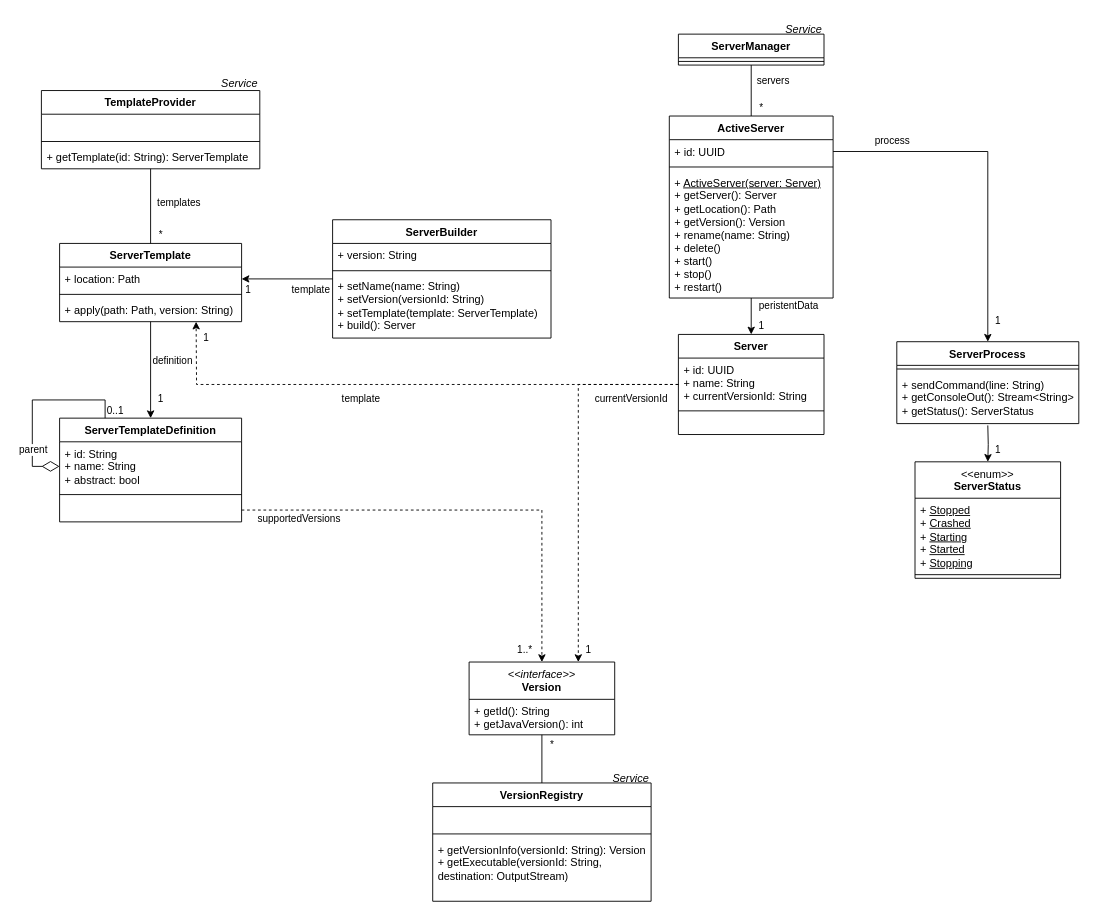
Earlier version of the draw.io diagram Klassendiagramm.drawio (Fisch37/mc-server-manager). Source tidied: cells renumbered, new cells numbered last; positions are measured from the earlier drawing's top-left corner, leaving out a move shared by most shapes. Both pictures are drawn from the tidied source at 91%, with x=0, y=0 at pixel (32, 15).
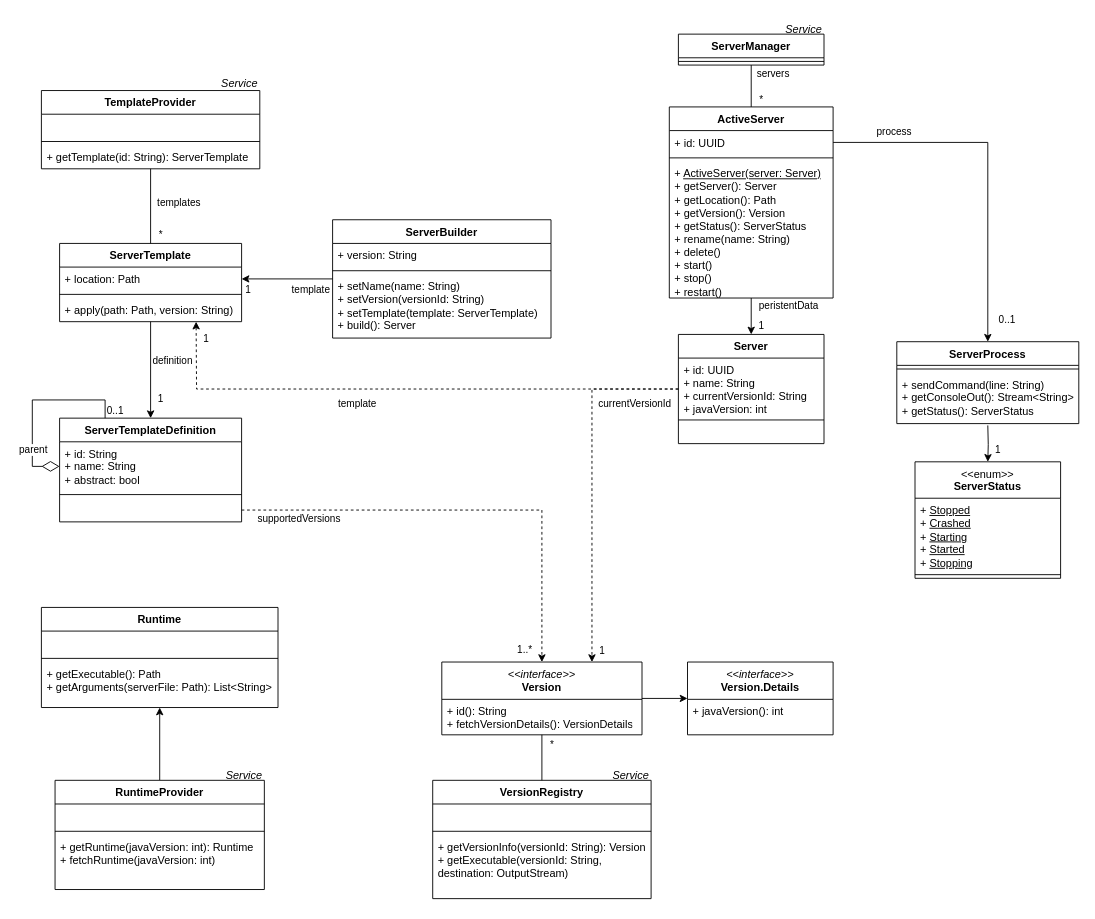
The same diagram, later.

The change refers to these unchanged cells:
```xml
<mxCell id="47" style="edgeStyle=orthogonalEdgeStyle;rounded=0;jettySize=auto;html=1;" parent="1" edge="1" source="44" target="17">
  <mxGeometry relative="1" as="geometry" />
</mxCell>
```

Diff of the diagram source:
```diff
@@
     <mxCell id="13" value="Server" style="swimlane;fontStyle=1;align=center;verticalAlign=top;horizontal=1;startSize=26;whiteSpace=wrap;html=1;" parent="1" vertex="1">
-      <mxGeometry x="710" y="350" width="160" height="110" as="geometry" />
+      <mxGeometry x="710" y="350" width="160" height="120" as="geometry" />
     </mxCell>
-    <mxCell id="14" value="+ id: UUID&lt;div&gt;+ name: String&lt;/div&gt;&lt;div&gt;+ currentVersionId: String&lt;/div&gt;" style="text;strokeColor=none;fillColor=none;align=left;verticalAlign=top;spacingLeft=4;spacingRight=4;overflow=hidden;whiteSpace=wrap;html=1;" parent="13" vertex="1">
-      <mxGeometry y="26" width="160" height="54" as="geometry" />
+    <mxCell id="14" value="+ id: UUID&lt;div&gt;+ name: String&lt;/div&gt;&lt;div&gt;+ currentVersionId: String&lt;/div&gt;&lt;div&gt;+ javaVersion: int&lt;/div&gt;" style="text;strokeColor=none;fillColor=none;align=left;verticalAlign=top;spacingLeft=4;spacingRight=4;overflow=hidden;whiteSpace=wrap;html=1;" parent="13" vertex="1">
+      <mxGeometry y="26" width="160" height="64" as="geometry" />
     </mxCell>
     <mxCell id="15" style="line;strokeWidth=1;fillColor=none;align=left;verticalAlign=middle;spacingTop=-1;spacingLeft=3;spacingRight=3;labelPosition=right;strokeColor=inherit;" parent="13" vertex="1">
-      <mxGeometry y="80" width="160" height="8" as="geometry" />
+      <mxGeometry y="90" width="160" height="8" as="geometry" />
     </mxCell>
     <mxCell id="16" value="&amp;nbsp;" style="text;strokeColor=none;fillColor=none;align=left;verticalAlign=top;spacingLeft=4;spacingRight=4;overflow=hidden;whiteSpace=wrap;html=1;" parent="13" vertex="1">
-      <mxGeometry y="88" width="160" height="22" as="geometry" />
+      <mxGeometry y="98" width="160" height="22" as="geometry" />
     </mxCell>
@@
     <mxCell id="43" value="ActiveServer" style="swimlane;fontStyle=1;align=center;verticalAlign=top;horizontal=1;startSize=26;whiteSpace=wrap;html=1;" parent="1" vertex="1">
-      <mxGeometry x="700" y="110" width="180" height="200" as="geometry" />
+      <mxGeometry x="700" y="100" width="180" height="210" as="geometry" />
     </mxCell>
@@
-    <mxCell id="46" value="+ &lt;u&gt;ActiveServer(server: Server)&lt;/u&gt;&lt;div&gt;+ getServer(): Server&lt;/div&gt;&lt;div&gt;+ getLocation(): Path&lt;/div&gt;&lt;div&gt;+ getVersion(): Version&lt;br&gt;&lt;div&gt;+ rename(name: String)&lt;/div&gt;&lt;div&gt;+ delete()&lt;br&gt;&lt;div&gt;+ start()&lt;/div&gt;&lt;div&gt;+ stop()&lt;/div&gt;&lt;div&gt;+ restart()&lt;/div&gt;&lt;/div&gt;&lt;/div&gt;" style="text;strokeColor=none;fillColor=none;align=left;verticalAlign=top;spacingLeft=4;spacingRight=4;overflow=hidden;whiteSpace=wrap;html=1;" parent="43" vertex="1">
-      <mxGeometry y="60" width="180" height="140" as="geometry" />
+    <mxCell id="46" value="+ &lt;u&gt;ActiveServer(server: Server)&lt;/u&gt;&lt;div&gt;+ getServer(): Server&lt;/div&gt;&lt;div&gt;+ getLocation(): Path&lt;/div&gt;&lt;div&gt;+ getVersion(): Version&lt;/div&gt;&lt;div&gt;+ getStatus(): ServerStatus&lt;br&gt;&lt;div&gt;+ rename(name: String)&lt;/div&gt;&lt;div&gt;+ delete()&lt;br&gt;&lt;div&gt;+ start()&lt;/div&gt;&lt;div&gt;+ stop()&lt;/div&gt;&lt;div&gt;+ restart()&lt;/div&gt;&lt;/div&gt;&lt;/div&gt;" style="text;strokeColor=none;fillColor=none;align=left;verticalAlign=top;spacingLeft=4;spacingRight=4;overflow=hidden;whiteSpace=wrap;html=1;" parent="43" vertex="1">
+      <mxGeometry y="60" width="180" height="150" as="geometry" />
     </mxCell>
@@
-    <mxCell id="49" value="1" style="edgeLabel;html=1;align=center;verticalAlign=middle;" parent="47" vertex="1">
+    <mxCell id="49" value="0..1" style="edgeLabel;html=1;align=center;verticalAlign=middle;" parent="47" vertex="1">
       <mxGeometry x="0.83" y="1" relative="1" as="geometry">
-        <mxPoint x="9" y="8" as="offset" />
+        <mxPoint x="19" y="8" as="offset" />
       </mxGeometry>
     </mxCell>
@@
     <mxCell id="54" style="group;" parent="1" vertex="1">
-      <mxGeometry x="440" y="822.9" width="240" height="150" as="geometry" />
+      <mxGeometry x="440" y="820" width="240" height="150" as="geometry" />
     </mxCell>
@@
+    <mxCell id="80" style="edgeStyle=orthogonalEdgeStyle;rounded=0;jettySize=auto;html=1;" parent="1" edge="1" source="69" target="92">
+      <mxGeometry relative="1" as="geometry" />
+    </mxCell>
     <mxCell id="69" value="&lt;span style=&quot;font-weight: normal;&quot;&gt;&lt;i&gt;&amp;lt;&amp;lt;interface&amp;gt;&amp;gt;&lt;/i&gt;&lt;/span&gt;&lt;div&gt;Version&lt;/div&gt;" style="swimlane;fontStyle=1;align=center;verticalAlign=top;horizontal=1;startSize=41;whiteSpace=wrap;html=1;" parent="1" vertex="1">
-      <mxGeometry x="480" y="710" width="160" height="80" as="geometry" />
+      <mxGeometry x="450" y="710" width="220" height="80" as="geometry" />
     </mxCell>
-    <mxCell id="70" value="+ getId(): String&lt;div&gt;+ getJavaVersion(): int&lt;/div&gt;" style="text;strokeColor=none;fillColor=none;align=left;verticalAlign=top;spacingLeft=4;spacingRight=4;overflow=hidden;whiteSpace=wrap;html=1;" parent="69" vertex="1">
-      <mxGeometry y="41" width="160" height="39" as="geometry" />
+    <mxCell id="70" value="+ id(): String&lt;div&gt;+ fetchVersionDetails(): VersionDetails&lt;/div&gt;" style="text;strokeColor=none;fillColor=none;align=left;verticalAlign=top;spacingLeft=4;spacingRight=4;overflow=hidden;whiteSpace=wrap;html=1;" parent="69" vertex="1">
+      <mxGeometry y="41" width="220" height="39" as="geometry" />
     </mxCell>
@@
+    <mxCell id="81" value="Runtime" style="swimlane;fontStyle=1;align=center;verticalAlign=top;horizontal=1;startSize=26;whiteSpace=wrap;html=1;" parent="1" vertex="1">
+      <mxGeometry x="10" y="650" width="260" height="110" as="geometry" />
+    </mxCell>
+    <mxCell id="82" value="&amp;nbsp;" style="text;strokeColor=none;fillColor=none;align=left;verticalAlign=top;spacingLeft=4;spacingRight=4;overflow=hidden;whiteSpace=wrap;html=1;" parent="81" vertex="1">
+      <mxGeometry y="26" width="260" height="26" as="geometry" />
+    </mxCell>
+    <mxCell id="83" style="line;strokeWidth=1;fillColor=none;align=left;verticalAlign=middle;spacingTop=-1;spacingLeft=3;spacingRight=3;labelPosition=right;strokeColor=inherit;" parent="81" vertex="1">
+      <mxGeometry y="52" width="260" height="8" as="geometry" />
+    </mxCell>
+    <mxCell id="84" value="+ getExecutable(): Path&lt;div&gt;+ getArguments(serverFile: Path): List&amp;lt;String&amp;gt;&lt;/div&gt;" style="text;strokeColor=none;fillColor=none;align=left;verticalAlign=top;spacingLeft=4;spacingRight=4;overflow=hidden;whiteSpace=wrap;html=1;" parent="81" vertex="1">
+      <mxGeometry y="60" width="260" height="50" as="geometry" />
+    </mxCell>
+    <mxCell id="85" style="edgeStyle=orthogonalEdgeStyle;rounded=0;jettySize=auto;html=1;" parent="1" edge="1" source="87" target="81">
+      <mxGeometry relative="1" as="geometry" />
+    </mxCell>
+    <mxCell id="86" style="group;" parent="1" vertex="1">
+      <mxGeometry x="25" y="820" width="230" height="140" as="geometry" />
+    </mxCell>
+    <mxCell id="87" value="RuntimeProvider" style="swimlane;fontStyle=1;align=center;verticalAlign=top;horizontal=1;startSize=26;whiteSpace=wrap;html=1;" parent="86" vertex="1">
+      <mxGeometry y="20" width="230" height="120" as="geometry" />
+    </mxCell>
+    <mxCell id="88" value="&amp;nbsp;" style="text;strokeColor=none;fillColor=none;align=left;verticalAlign=top;spacingLeft=4;spacingRight=4;overflow=hidden;whiteSpace=wrap;html=1;" parent="87" vertex="1">
+      <mxGeometry y="26" width="230" height="26" as="geometry" />
+    </mxCell>
+    <mxCell id="89" style="line;strokeWidth=1;fillColor=none;align=left;verticalAlign=middle;spacingTop=-1;spacingLeft=3;spacingRight=3;labelPosition=right;strokeColor=inherit;" parent="87" vertex="1">
+      <mxGeometry y="52" width="230" height="8" as="geometry" />
+    </mxCell>
+    <mxCell id="90" value="+ getRuntime(javaVersion: int): Runtime&lt;div&gt;+ fetchRuntime(javaVersion: int)&lt;/div&gt;" style="text;strokeColor=none;fillColor=none;align=left;verticalAlign=top;spacingLeft=4;spacingRight=4;overflow=hidden;whiteSpace=wrap;html=1;" parent="87" vertex="1">
+      <mxGeometry y="60" width="230" height="60" as="geometry" />
+    </mxCell>
+    <mxCell id="91" value="&lt;i&gt;Service&lt;/i&gt;" style="text;html=1;whiteSpace=wrap;strokeColor=none;fillColor=none;align=right;verticalAlign=middle;rounded=0;" parent="86" vertex="1">
+      <mxGeometry x="161" width="69" height="30" as="geometry" />
+    </mxCell>
+    <mxCell id="92" value="&lt;span style=&quot;font-weight: normal;&quot;&gt;&lt;i&gt;&amp;lt;&amp;lt;interface&amp;gt;&amp;gt;&lt;/i&gt;&lt;/span&gt;&lt;div&gt;Version.Details&lt;/div&gt;" style="swimlane;fontStyle=1;align=center;verticalAlign=top;horizontal=1;startSize=41;whiteSpace=wrap;html=1;" parent="1" vertex="1">
+      <mxGeometry x="720" y="710" width="160" height="80" as="geometry" />
+    </mxCell>
+    <mxCell id="93" value="&lt;div&gt;+ javaVersion(): int&lt;/div&gt;" style="text;strokeColor=none;fillColor=none;align=left;verticalAlign=top;spacingLeft=4;spacingRight=4;overflow=hidden;whiteSpace=wrap;html=1;" parent="92" vertex="1">
+      <mxGeometry y="41" width="160" height="39" as="geometry" />
+    </mxCell>
```
